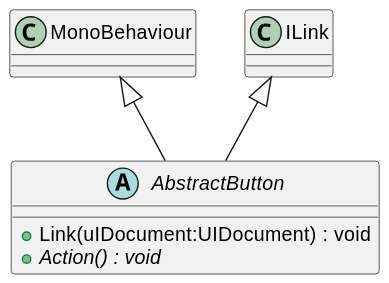
The PlantUML diagram UML/UIToolkit/Scripts/AbstractButton.svg in mysteryfungus/DungeonGeneratorUnity, before a commit. The source it was exported from:
```plantuml
@startuml
abstract class AbstractButton {
    + Link(uIDocument:UIDocument) : void
    + {abstract} Action() : void
}
MonoBehaviour <|-- AbstractButton
ILink <|-- AbstractButton
@enduml
```
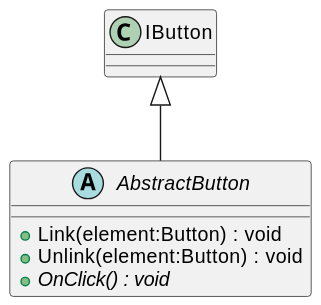
Later version of the same file.

What changed in the source:
```diff
@@ -1,8 +1,8 @@
 @startuml
 abstract class AbstractButton {
-    + Link(uIDocument:UIDocument) : void
-    + {abstract} Action() : void
+    + Link(element:Button) : void
+    + Unlink(element:Button) : void
+    + {abstract} OnClick() : void
 }
-MonoBehaviour <|-- AbstractButton
-ILink <|-- AbstractButton
+IButton <|-- AbstractButton
 @enduml
```
